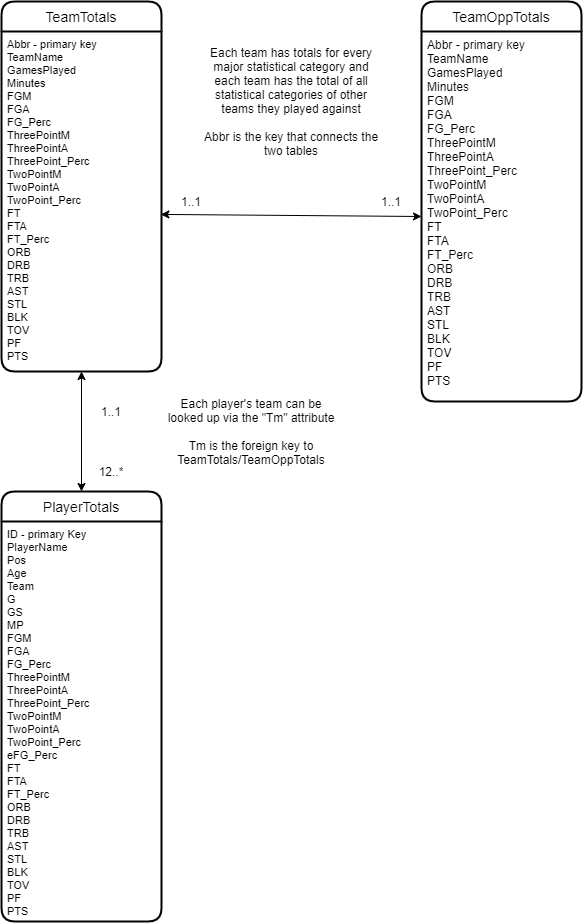
The draw.io diagram DB_Creation/NBA_DB_SCHEMA (1).png in ZachBowyer/NBA-PLAYER-TEAM-PROFILES-CS374, before a commit. Source tidied: cells renumbered, new cells last; positions are measured from the earlier drawing's top-left corner, leaving out a move shared by most shapes. The source it was exported from:
```xml
<mxGraphModel>
  <root>
    <mxCell id="0" />
    <mxCell id="1" parent="0" />
    <mxCell id="2" value="TeamTotals" style="swimlane;horizontal=1;startSize=30;rounded=1;fontSize=14;fontStyle=0;strokeWidth=2;shadow=0;dashed=0;align=center;" parent="1" vertex="1">
      <mxGeometry width="160" height="370" as="geometry" />
    </mxCell>
    <mxCell id="3" value="Abbr - primary key&#10;TeamName&#10;GamesPlayed&#10;Minutes&#10;FGM&#10;FGA&#10;FG_Perc&#10;ThreePointM&#10;ThreePointA&#10;ThreePoint_Perc&#10;TwoPointM&#10;TwoPointA&#10;TwoPoint_Perc&#10;FT&#10;FTA&#10;FT_Perc&#10;ORB&#10;DRB&#10;TRB&#10;AST&#10;STL&#10;BLK&#10;TOV&#10;PF&#10;PTS" style="align=left;strokeColor=none;fillColor=none;spacingLeft=4;fontSize=11;verticalAlign=top;" parent="2" vertex="1">
      <mxGeometry y="30" width="160" height="340" as="geometry" />
    </mxCell>
    <mxCell id="4" value="TeamOppTotals" style="swimlane;horizontal=1;startSize=30;rounded=1;fontSize=14;fontStyle=0;strokeWidth=2;shadow=0;dashed=0;align=center;" parent="1" vertex="1">
      <mxGeometry x="420" width="160" height="400" as="geometry" />
    </mxCell>
    <mxCell id="5" value="Abbr - primary key&#10;TeamName&#10;GamesPlayed&#10;Minutes&#10;FGM&#10;FGA&#10;FG_Perc&#10;ThreePointM&#10;ThreePointA&#10;ThreePoint_Perc&#10;TwoPointM&#10;TwoPointA&#10;TwoPoint_Perc&#10;FT&#10;FTA&#10;FT_Perc&#10;ORB&#10;DRB&#10;TRB&#10;AST&#10;STL&#10;BLK&#10;TOV&#10;PF&#10;PTS" style="align=left;strokeColor=none;fillColor=none;spacingLeft=4;fontSize=12;verticalAlign=top;" parent="4" vertex="1">
      <mxGeometry y="30" width="160" height="370" as="geometry" />
    </mxCell>
    <mxCell id="6" style="endArrow=classic;startArrow=classic;html=1;entryX=0.996;entryY=0.538;entryDx=0;entryDy=0;exitX=0;exitY=0.5;exitDx=0;exitDy=0;entryPerimeter=0;" parent="1" edge="1" source="5" target="3">
      <mxGeometry relative="1" as="geometry" />
    </mxCell>
    <mxCell id="7" value="1..1" style="text;html=1;strokeColor=none;fillColor=none;align=center;verticalAlign=middle;whiteSpace=wrap;rounded=0;" parent="1" vertex="1">
      <mxGeometry x="170" y="190" width="40" height="20" as="geometry" />
    </mxCell>
    <mxCell id="8" value="1..1" style="text;html=1;strokeColor=none;fillColor=none;align=center;verticalAlign=middle;whiteSpace=wrap;rounded=0;" parent="1" vertex="1">
      <mxGeometry x="370" y="190" width="40" height="20" as="geometry" />
    </mxCell>
    <mxCell id="9" value="Each team has totals for every major statistical category and each team has the total of all statistical categories of other teams they played against&lt;br&gt;&lt;br&gt;Abbr is the key that connects the two tables" style="text;html=1;strokeColor=none;fillColor=none;align=center;verticalAlign=middle;whiteSpace=wrap;rounded=0;" parent="1" vertex="1">
      <mxGeometry x="200" y="30" width="180" height="140" as="geometry" />
    </mxCell>
    <mxCell id="10" style="endArrow=classic;startArrow=classic;html=1;entryX=0.5;entryY=0;entryDx=0;entryDy=0;exitX=0.5;exitY=1;exitDx=0;exitDy=0;" parent="1" edge="1" source="3">
      <mxGeometry relative="1" as="geometry">
        <mxPoint x="80" y="490" as="targetPoint" />
      </mxGeometry>
    </mxCell>
    <mxCell id="11" value="PlayerTotals" style="swimlane;horizontal=1;startSize=30;rounded=1;fontSize=14;fontStyle=0;strokeWidth=2;shadow=0;dashed=0;align=center;" parent="1" vertex="1">
      <mxGeometry y="490" width="160" height="430" as="geometry" />
    </mxCell>
    <mxCell id="12" value="ID - primary Key&#10;PlayerName&#10;Pos&#10;Age&#10;Team&#10;G&#10;GS&#10;MP&#10;FGM&#10;FGA&#10;FG_Perc&#10;ThreePointM&#10;ThreePointA&#10;ThreePoint_Perc&#10;TwoPointM&#10;TwoPointA&#10;TwoPoint_Perc&#10;eFG_Perc&#10;FT&#10;FTA&#10;FT_Perc&#10;ORB&#10;DRB&#10;TRB&#10;AST&#10;STL&#10;BLK&#10;TOV&#10;PF&#10;PTS&#10;" style="align=left;strokeColor=none;fillColor=none;spacingLeft=4;fontSize=11;verticalAlign=top;" parent="11" vertex="1">
      <mxGeometry y="30" width="160" height="400" as="geometry" />
    </mxCell>
    <mxCell id="13" value="1..1" style="text;html=1;strokeColor=none;fillColor=none;align=center;verticalAlign=middle;whiteSpace=wrap;rounded=0;" parent="1" vertex="1">
      <mxGeometry x="90" y="400" width="40" height="20" as="geometry" />
    </mxCell>
    <mxCell id="14" value="12..*" style="text;html=1;strokeColor=none;fillColor=none;align=center;verticalAlign=middle;whiteSpace=wrap;rounded=0;" parent="1" vertex="1">
      <mxGeometry x="90" y="460" width="40" height="20" as="geometry" />
    </mxCell>
    <mxCell id="15" value="Each player's team can be looked up via the &quot;Tm&quot; attribute&lt;br&gt;&lt;br&gt;Tm is the foreign key to TeamTotals/TeamOppTotals" style="text;html=1;strokeColor=none;fillColor=none;align=center;verticalAlign=middle;whiteSpace=wrap;rounded=0;" parent="1" vertex="1">
      <mxGeometry x="160" y="360" width="180" height="140" as="geometry" />
    </mxCell>
  </root>
</mxGraphModel>
```
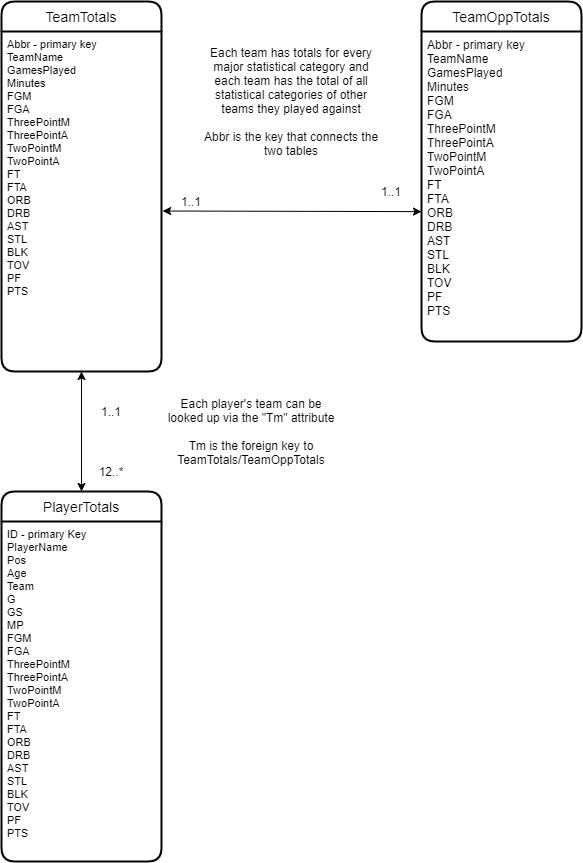
Above is the later version.

Commit message:
Changed DB schema to exclude fields that could be calculated (EX: 3P% Can be calculate from 3PM/3PA)

Changed DB schema

Change to the diagram source:
```diff
@@ -5,23 +5,23 @@
     <mxCell id="2" value="TeamTotals" style="swimlane;horizontal=1;startSize=30;rounded=1;fontSize=14;fontStyle=0;strokeWidth=2;shadow=0;dashed=0;align=center;" parent="1" vertex="1">
       <mxGeometry width="160" height="370" as="geometry" />
     </mxCell>
-    <mxCell id="3" value="Abbr - primary key&#10;TeamName&#10;GamesPlayed&#10;Minutes&#10;FGM&#10;FGA&#10;FG_Perc&#10;ThreePointM&#10;ThreePointA&#10;ThreePoint_Perc&#10;TwoPointM&#10;TwoPointA&#10;TwoPoint_Perc&#10;FT&#10;FTA&#10;FT_Perc&#10;ORB&#10;DRB&#10;TRB&#10;AST&#10;STL&#10;BLK&#10;TOV&#10;PF&#10;PTS" style="align=left;strokeColor=none;fillColor=none;spacingLeft=4;fontSize=11;verticalAlign=top;" parent="2" vertex="1">
+    <mxCell id="3" value="Abbr - primary key&#10;TeamName&#10;GamesPlayed&#10;Minutes&#10;FGM&#10;FGA&#10;ThreePointM&#10;ThreePointA&#10;TwoPointM&#10;TwoPointA&#10;FT&#10;FTA&#10;ORB&#10;DRB&#10;AST&#10;STL&#10;BLK&#10;TOV&#10;PF&#10;PTS" style="align=left;strokeColor=none;fillColor=none;spacingLeft=4;fontSize=11;verticalAlign=top;" parent="2" vertex="1">
       <mxGeometry y="30" width="160" height="340" as="geometry" />
     </mxCell>
     <mxCell id="4" value="TeamOppTotals" style="swimlane;horizontal=1;startSize=30;rounded=1;fontSize=14;fontStyle=0;strokeWidth=2;shadow=0;dashed=0;align=center;" parent="1" vertex="1">
-      <mxGeometry x="420" width="160" height="400" as="geometry" />
+      <mxGeometry x="420" width="160" height="340" as="geometry" />
     </mxCell>
-    <mxCell id="5" value="Abbr - primary key&#10;TeamName&#10;GamesPlayed&#10;Minutes&#10;FGM&#10;FGA&#10;FG_Perc&#10;ThreePointM&#10;ThreePointA&#10;ThreePoint_Perc&#10;TwoPointM&#10;TwoPointA&#10;TwoPoint_Perc&#10;FT&#10;FTA&#10;FT_Perc&#10;ORB&#10;DRB&#10;TRB&#10;AST&#10;STL&#10;BLK&#10;TOV&#10;PF&#10;PTS" style="align=left;strokeColor=none;fillColor=none;spacingLeft=4;fontSize=12;verticalAlign=top;" parent="4" vertex="1">
-      <mxGeometry y="30" width="160" height="370" as="geometry" />
+    <mxCell id="5" value="Abbr - primary key&#10;TeamName&#10;GamesPlayed&#10;Minutes&#10;FGM&#10;FGA&#10;ThreePointM&#10;ThreePointA&#10;TwoPointM&#10;TwoPointA&#10;FT&#10;FTA&#10;ORB&#10;DRB&#10;AST&#10;STL&#10;BLK&#10;TOV&#10;PF&#10;PTS" style="align=left;strokeColor=none;fillColor=none;spacingLeft=4;fontSize=12;verticalAlign=top;" parent="4" vertex="1">
+      <mxGeometry y="30" width="160" height="310" as="geometry" />
     </mxCell>
-    <mxCell id="6" style="endArrow=classic;startArrow=classic;html=1;entryX=0.996;entryY=0.538;entryDx=0;entryDy=0;exitX=0;exitY=0.5;exitDx=0;exitDy=0;entryPerimeter=0;" parent="1" edge="1" source="5" target="3">
+    <mxCell id="6" style="endArrow=classic;startArrow=classic;html=1;exitX=0;exitY=0.581;exitDx=0;exitDy=0;exitPerimeter=0;entryX=1.007;entryY=0.528;entryDx=0;entryDy=0;entryPerimeter=0;" parent="1" edge="1" source="5" target="3">
       <mxGeometry relative="1" as="geometry" />
     </mxCell>
     <mxCell id="7" value="1..1" style="text;html=1;strokeColor=none;fillColor=none;align=center;verticalAlign=middle;whiteSpace=wrap;rounded=0;" parent="1" vertex="1">
       <mxGeometry x="170" y="190" width="40" height="20" as="geometry" />
     </mxCell>
     <mxCell id="8" value="1..1" style="text;html=1;strokeColor=none;fillColor=none;align=center;verticalAlign=middle;whiteSpace=wrap;rounded=0;" parent="1" vertex="1">
-      <mxGeometry x="370" y="190" width="40" height="20" as="geometry" />
+      <mxGeometry x="370" y="180" width="40" height="20" as="geometry" />
     </mxCell>
     <mxCell id="9" value="Each team has totals for every major statistical category and each team has the total of all statistical categories of other teams they played against&lt;br&gt;&lt;br&gt;Abbr is the key that connects the two tables" style="text;html=1;strokeColor=none;fillColor=none;align=center;verticalAlign=middle;whiteSpace=wrap;rounded=0;" parent="1" vertex="1">
       <mxGeometry x="200" y="30" width="180" height="140" as="geometry" />
@@ -32,10 +32,10 @@
       </mxGeometry>
     </mxCell>
     <mxCell id="11" value="PlayerTotals" style="swimlane;horizontal=1;startSize=30;rounded=1;fontSize=14;fontStyle=0;strokeWidth=2;shadow=0;dashed=0;align=center;" parent="1" vertex="1">
-      <mxGeometry y="490" width="160" height="430" as="geometry" />
+      <mxGeometry y="490" width="160" height="370" as="geometry" />
     </mxCell>
-    <mxCell id="12" value="ID - primary Key&#10;PlayerName&#10;Pos&#10;Age&#10;Team&#10;G&#10;GS&#10;MP&#10;FGM&#10;FGA&#10;FG_Perc&#10;ThreePointM&#10;ThreePointA&#10;ThreePoint_Perc&#10;TwoPointM&#10;TwoPointA&#10;TwoPoint_Perc&#10;eFG_Perc&#10;FT&#10;FTA&#10;FT_Perc&#10;ORB&#10;DRB&#10;TRB&#10;AST&#10;STL&#10;BLK&#10;TOV&#10;PF&#10;PTS&#10;" style="align=left;strokeColor=none;fillColor=none;spacingLeft=4;fontSize=11;verticalAlign=top;" parent="11" vertex="1">
-      <mxGeometry y="30" width="160" height="400" as="geometry" />
+    <mxCell id="12" value="ID - primary Key&#10;PlayerName&#10;Pos&#10;Age&#10;Team&#10;G&#10;GS&#10;MP&#10;FGM&#10;FGA&#10;ThreePointM&#10;ThreePointA&#10;TwoPointM&#10;TwoPointA&#10;FT&#10;FTA&#10;ORB&#10;DRB&#10;AST&#10;STL&#10;BLK&#10;TOV&#10;PF&#10;PTS&#10;" style="align=left;strokeColor=none;fillColor=none;spacingLeft=4;fontSize=11;verticalAlign=top;" parent="11" vertex="1">
+      <mxGeometry y="30" width="160" height="340" as="geometry" />
     </mxCell>
     <mxCell id="13" value="1..1" style="text;html=1;strokeColor=none;fillColor=none;align=center;verticalAlign=middle;whiteSpace=wrap;rounded=0;" parent="1" vertex="1">
       <mxGeometry x="90" y="400" width="40" height="20" as="geometry" />
```
